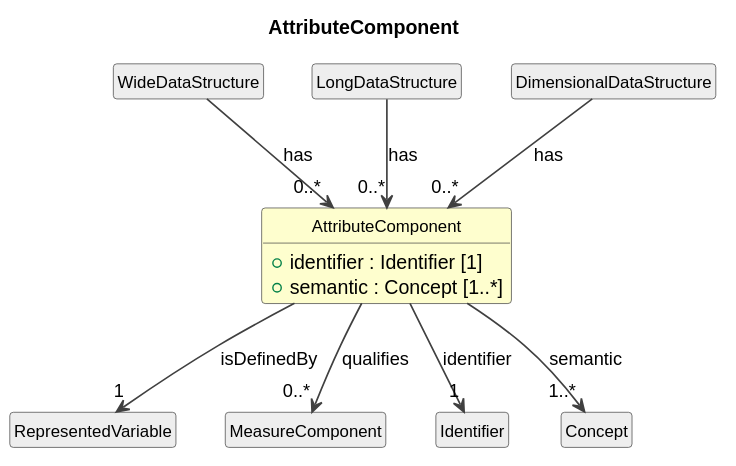
Above: cdif-uml-model/CDIFDataStructure/Classes/AttributeComponent.svg in Cross-Domain-Interoperability-Framework/metadataBuildingBlocks (PlantUML), before the change.
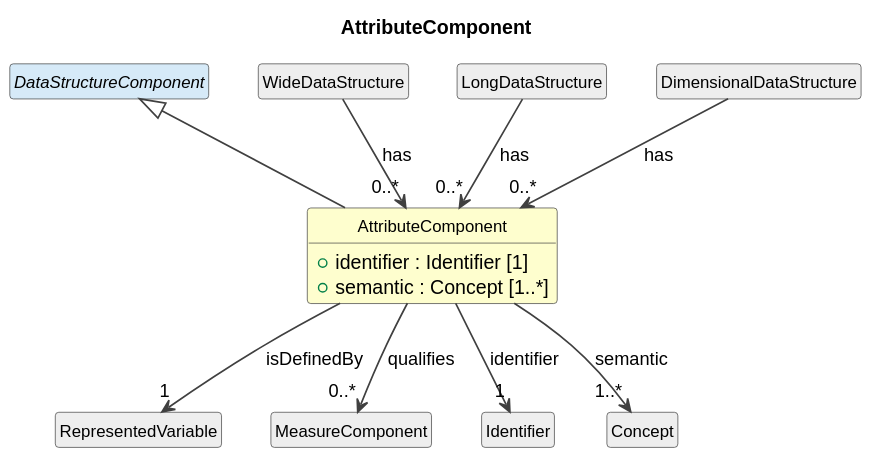
After the change.

Change to the diagram source:
```diff
@@ -14,6 +14,8 @@
   +identifier : Identifier [1]
   +semantic : Concept [1..*]
 }
+abstract class "DataStructureComponent" as DataStructureComponent #D6EAF8
+DataStructureComponent <|-- AttributeComponent
 class "WideDataStructure" as WideDataStructure #EEEEEE
 WideDataStructure --> "0..*" AttributeComponent : has
 class "LongDataStructure" as LongDataStructure #EEEEEE
```
